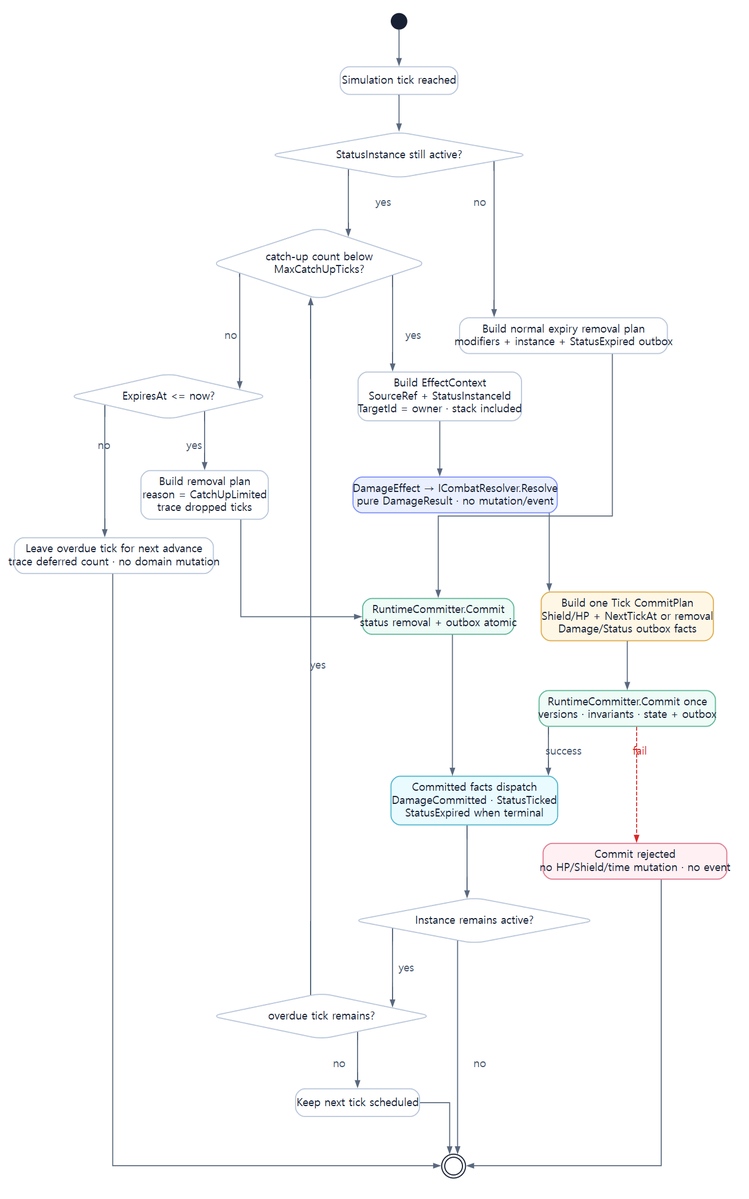
Before: assets/diagrams/29_status_tick_activity_diagram.png, a diagram exported from Graphviz (JY-LemongO/game-system-framework-knowledge-site). Its source is kept beside it as source/diagrams/29_status_tick_activity_diagram.dot.
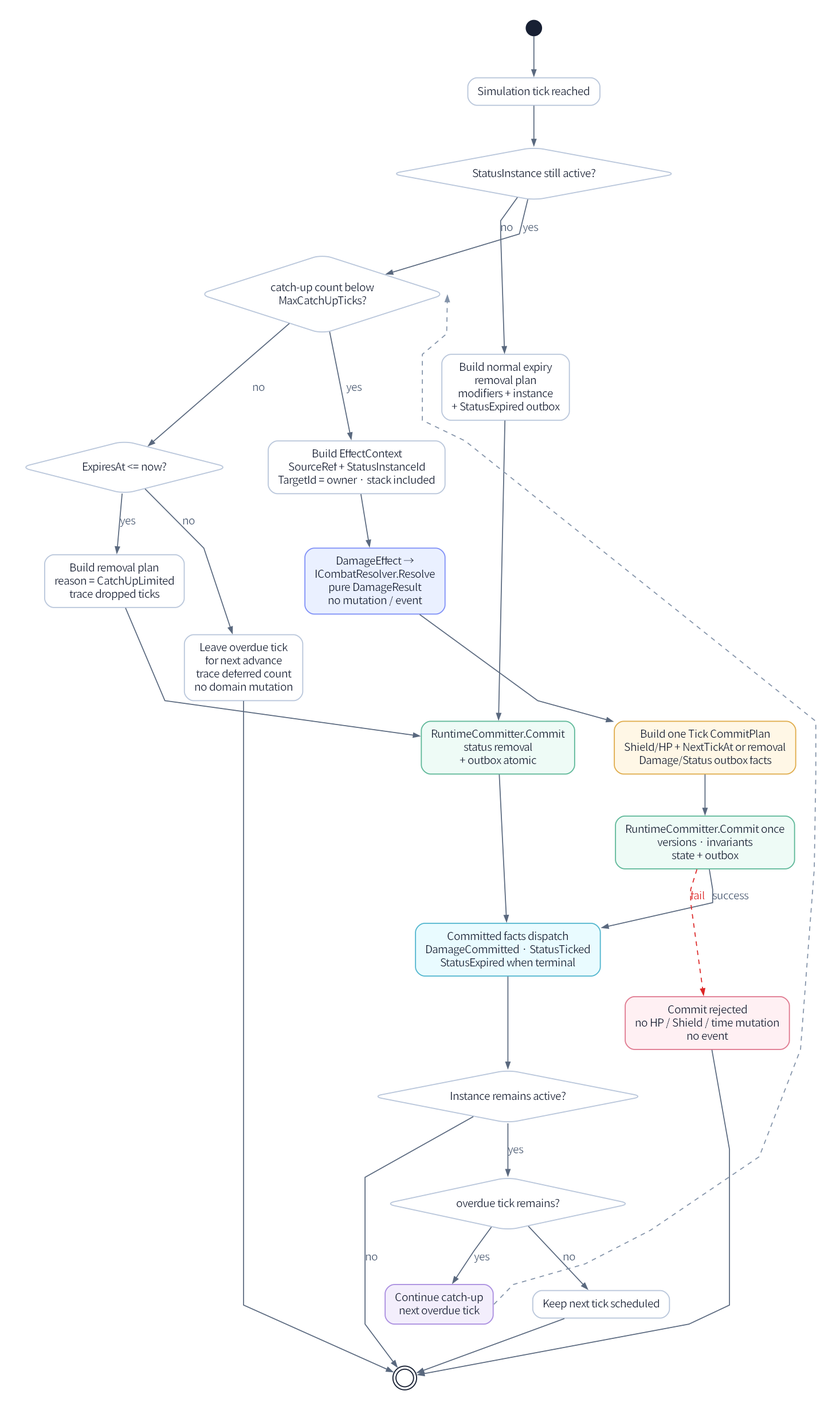
Later version of the same file.

Change to the diagram source:
```diff
@@ -1,9 +1,9 @@
 digraph G {
-  graph [fontname="Noto Sans CJK KR", bgcolor="#ffffff", margin=0.12, pad=0.25, ranksep=0.66, nodesep=0.50];
-  node [fontname="Noto Sans CJK KR", shape=box, style="rounded,filled", color="#bac7db", penwidth=1.4, fillcolor="#ffffff", fontcolor="#182033", margin="0.14,0.09"];
-  edge [fontname="Noto Sans CJK KR", color="#59687e", fontcolor="#46566e", arrowsize=0.8, penwidth=1.3];
+  graph [fontname="Noto Sans KR", bgcolor="#ffffff", margin=0.12, pad=0.25, ranksep=0.74, nodesep=0.72, ordering=out];
+  node [fontname="Noto Sans KR", shape=box, style="rounded,filled", color="#bac7db", penwidth=1.4, fillcolor="#ffffff", fontcolor="#182033", margin="0.18,0.12"];
+  edge [fontname="Noto Sans KR", color="#59687e", fontcolor="#46566e", arrowsize=0.8, penwidth=1.3];
   rankdir=TB;
-  splines=ortho;
+  splines=polyline;
 
   start [shape=circle, width=.28, label="", fillcolor="#182033", color="#182033"];
   due [label="Simulation tick reached"];
@@ -11,18 +11,19 @@
   cap [shape=diamond, label="catch-up count below\nMaxCatchUpTicks?"];
   capExpired [shape=diamond, label="ExpiresAt <= now?"];
   limitedPlan [label="Build removal plan\nreason = CatchUpLimited\ntrace dropped ticks"];
-  defer [label="Leave overdue tick for next advance\ntrace deferred count · no domain mutation"];
+  defer [label="Leave overdue tick\nfor next advance\ntrace deferred count\nno domain mutation"];
   context [label="Build EffectContext\nSourceRef + StatusInstanceId\nTargetId = owner · stack included"];
-  resolve [label="DamageEffect → ICombatResolver.Resolve\npure DamageResult · no mutation/event", fillcolor="#eaf0ff", color="#8292f7"];
+  resolve [label="DamageEffect →\nICombatResolver.Resolve\npure DamageResult\nno mutation / event", fillcolor="#eaf0ff", color="#8292f7"];
   tickPlan [label="Build one Tick CommitPlan\nShield/HP + NextTickAt or removal\nDamage/Status outbox facts", fillcolor="#fff7e6", color="#e0ad4e"];
-  commit [label="RuntimeCommitter.Commit once\nversions · invariants · state + outbox", fillcolor="#eefbf6", color="#61b99a"];
+  commit [label="RuntimeCommitter.Commit once\nversions · invariants\nstate + outbox", fillcolor="#eefbf6", color="#61b99a"];
   facts [label="Committed facts dispatch\nDamageCommitted · StatusTicked\nStatusExpired when terminal", fillcolor="#e9fbff", color="#54b7cf"];
   remains [shape=diamond, label="Instance remains active?"];
   backlog [shape=diamond, label="overdue tick remains?"];
   schedule [label="Keep next tick scheduled"];
-  removePlan [label="Build normal expiry removal plan\nmodifiers + instance + StatusExpired outbox"];
-  removalCommit [label="RuntimeCommitter.Commit\nstatus removal + outbox atomic", fillcolor="#eefbf6", color="#61b99a"];
-  reject [label="Commit rejected\nno HP/Shield/time mutation · no event", fillcolor="#fff0f3", color="#e07b91"];
+  removePlan [label="Build normal expiry\nremoval plan\nmodifiers + instance\n+ StatusExpired outbox"];
+  removalCommit [label="RuntimeCommitter.Commit\nstatus removal\n+ outbox atomic", fillcolor="#eefbf6", color="#61b99a"];
+  reject [label="Commit rejected\nno HP / Shield / time mutation\nno event", fillcolor="#fff0f3", color="#e07b91"];
+  continueCatchUp [label="Continue catch-up\nnext overdue tick", fillcolor="#f3eefc", color="#ab8fe0"];
   end [shape=doublecircle, width=.32, label="", fillcolor="#ffffff", color="#182033"];
 
   start -> due -> active;
@@ -42,7 +43,8 @@
   facts -> remains;
   remains -> end [label="no"];
   remains -> backlog [label="yes"];
-  backlog -> cap [label="yes"];
+  backlog -> continueCatchUp [label="yes"];
+  continueCatchUp:e -> cap:e [style=dashed, color="#8292a8", constraint=false];
   backlog -> schedule [label="no"];
   schedule -> end;
 }
```
